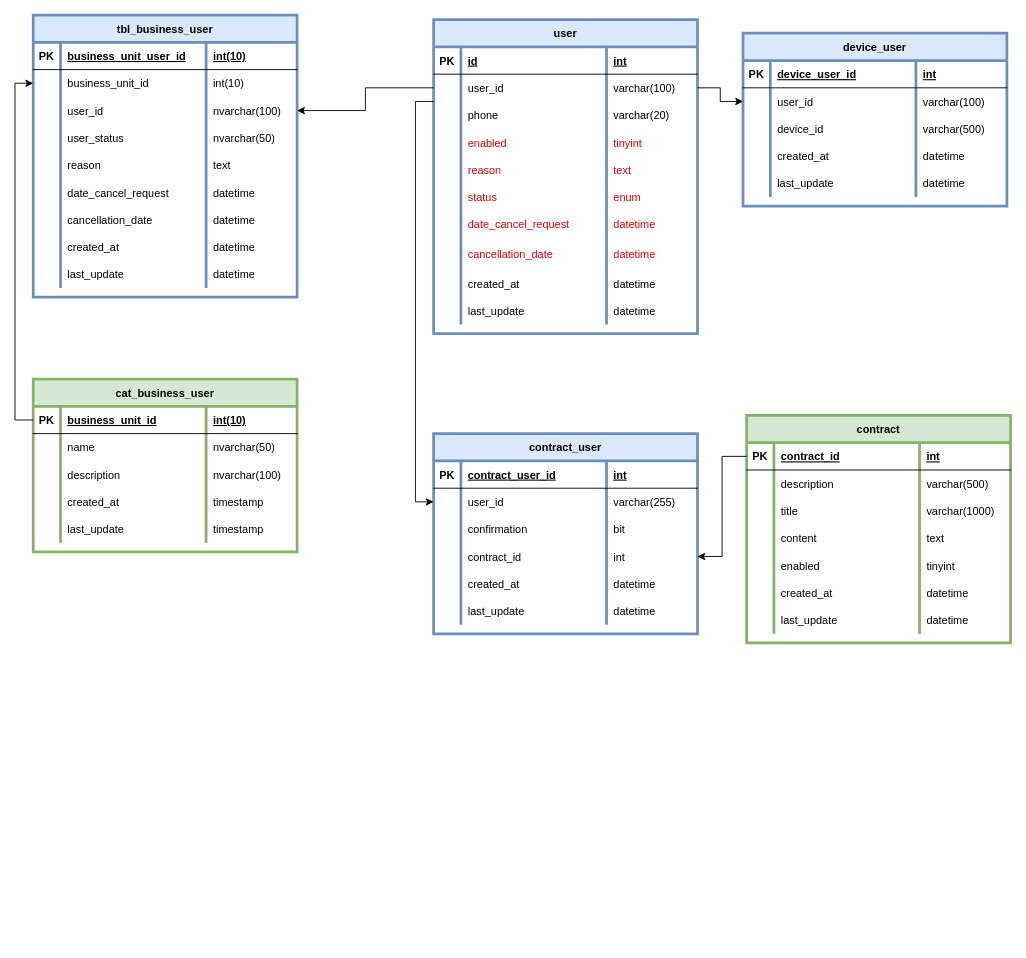
This is page "Users" (1 of 4) of Data base/E-R Dev.drawio from marcoluisdf/documentacion, a draw.io file, before an edit. Source tidied: cells renumbered, new cells numbered last; positions are measured from the earlier drawing's top-left corner, leaving out a move shared by most shapes. Both pictures are drawn from the tidied source at 91%, with x=0, y=0 at pixel (33, 15).
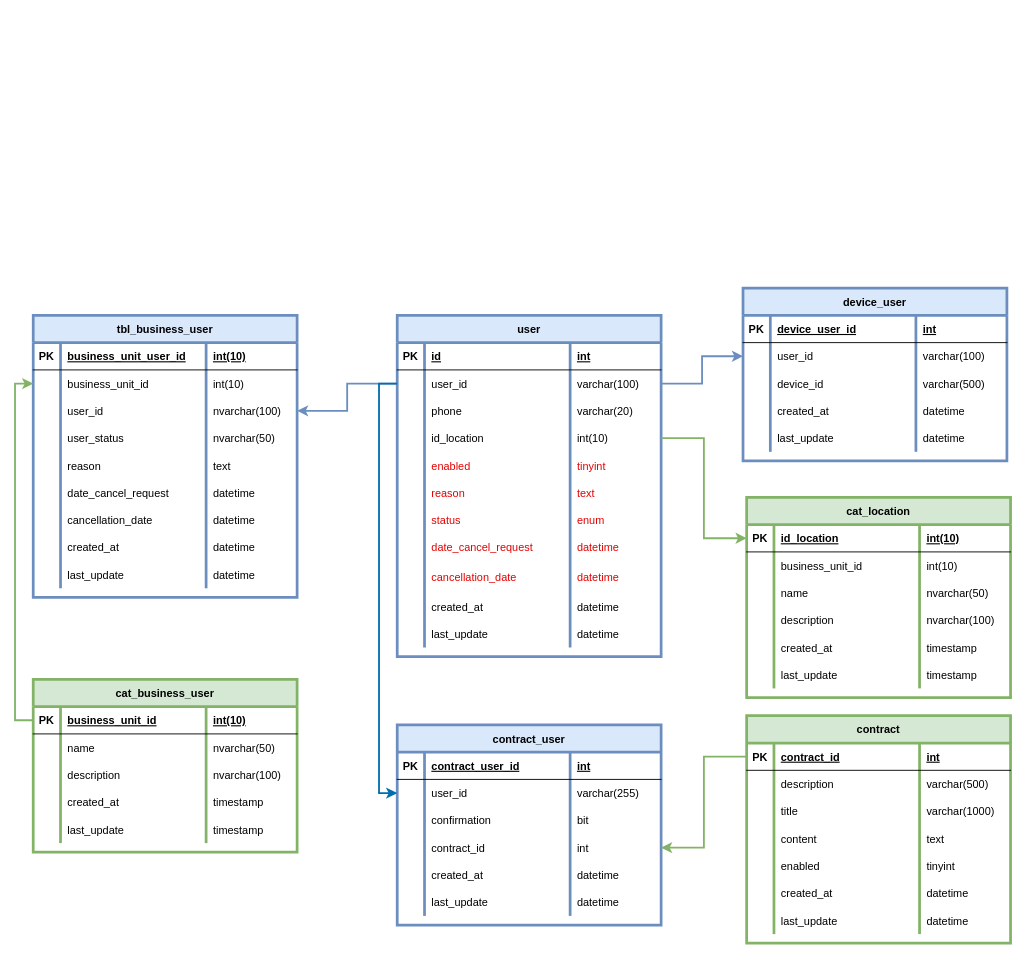
The same page after the edit.

Commit message:
Add cat_location

The change refers to these unchanged cells:
```xml
<mxCell id="7" style="shape=partialRectangle;fillColor=none;points=[[0,0.5],[1,0.5]];portConstraint=eastwest;top=0;left=0;right=0;bottom=0;" parent="2" vertex="1">
  <mxGeometry y="60" width="290" height="30" as="geometry" />
</mxCell>
<mxCell id="44" style="shape=partialRectangle;fillColor=none;points=[[0,0.5],[1,0.5]];portConstraint=eastwest;top=0;left=0;right=0;bottom=1;" parent="43" vertex="1">
  <mxGeometry y="30" width="290" height="30" as="geometry" />
</mxCell>
<mxCell id="77" style="shape=partialRectangle;fillColor=none;points=[[0,0.5],[1,0.5]];portConstraint=eastwest;top=0;left=0;right=0;bottom=0;" parent="72" vertex="1">
  <mxGeometry y="60" width="290" height="30" as="geometry" />
</mxCell>
<mxCell id="85" style="shape=partialRectangle;fillColor=none;points=[[0,0.5],[1,0.5]];portConstraint=eastwest;top=0;left=0;right=0;bottom=0;" parent="72" vertex="1">
  <mxGeometry y="120" width="290" height="30" as="geometry" />
</mxCell>
<mxCell id="102" style="shape=partialRectangle;fillColor=none;points=[[0,0.5],[1,0.5]];portConstraint=eastwest;top=0;left=0;right=0;bottom=0;" parent="97" vertex="1">
  <mxGeometry y="60" width="290" height="30" as="geometry" />
</mxCell>
<mxCell id="126" style="shape=partialRectangle;fillColor=none;points=[[0,0.5],[1,0.5]];portConstraint=eastwest;top=0;left=0;right=0;bottom=0;" parent="121" vertex="1">
  <mxGeometry y="60" width="290" height="30" as="geometry" />
</mxCell>
<mxCell id="130" style="shape=partialRectangle;fillColor=none;points=[[0,0.5],[1,0.5]];portConstraint=eastwest;top=0;left=0;right=0;bottom=0;" parent="121" vertex="1">
  <mxGeometry y="90" width="290" height="30" as="geometry" />
</mxCell>
<mxCell id="159" style="shape=partialRectangle;fillColor=none;points=[[0,0.5],[1,0.5]];portConstraint=eastwest;top=0;left=0;right=0;bottom=1;" parent="158" vertex="1">
  <mxGeometry y="30" width="290" height="30" as="geometry" />
</mxCell>
```

Diff of the diagram source:
```diff
@@
     <mxCell id="2" value="user" style="shape=table;startSize=30;childLayout=tableLayout;rowLines=0;fontStyle=1;align=center;fillColor=#dae8fc;strokeColor=#6c8ebf;strokeWidth=3;" parent="1" vertex="1">
-      <mxGeometry x="440" y="5" width="290" height="345" as="geometry" />
+      <mxGeometry x="400" y="330" width="290" height="375" as="geometry" />
     </mxCell>
@@
+    <mxCell id="181" style="shape=partialRectangle;fillColor=none;points=[[0,0.5],[1,0.5]];portConstraint=eastwest;top=0;left=0;right=0;bottom=0;" parent="2" vertex="1">
+      <mxGeometry y="120" width="290" height="30" as="geometry" />
+    </mxCell>
+    <mxCell id="182" style="shape=partialRectangle;overflow=hidden;fillColor=none;top=0;left=0;bottom=0;right=0;" parent="181" vertex="1">
+      <mxGeometry width="30" height="30" as="geometry" />
+    </mxCell>
+    <mxCell id="183" value="id_location" style="shape=partialRectangle;overflow=hidden;fillColor=none;top=0;left=0;bottom=0;right=0;align=left;spacingLeft=6;" parent="181" vertex="1">
+      <mxGeometry x="30" width="160" height="30" as="geometry" />
+    </mxCell>
+    <mxCell id="184" value="int(10)" style="shape=partialRectangle;overflow=hidden;fillColor=none;top=0;left=0;bottom=0;right=0;align=left;spacingLeft=6;" parent="181" vertex="1">
+      <mxGeometry x="190" width="100" height="30" as="geometry" />
+    </mxCell>
     <mxCell id="15" style="shape=partialRectangle;fillColor=none;top=0;left=0;right=0;bottom=0;" parent="2" vertex="1">
-      <mxGeometry y="120" width="290" height="30" as="geometry" />
+      <mxGeometry y="150" width="290" height="30" as="geometry" />
     </mxCell>
@@
     <mxCell id="19" style="shape=partialRectangle;fillColor=none;top=0;left=0;right=0;bottom=0;" parent="2" vertex="1">
-      <mxGeometry y="150" width="290" height="30" as="geometry" />
+      <mxGeometry y="180" width="290" height="30" as="geometry" />
     </mxCell>
@@
     <mxCell id="23" style="shape=partialRectangle;fillColor=none;top=0;left=0;right=0;bottom=0;" parent="2" vertex="1">
-      <mxGeometry y="180" width="290" height="30" as="geometry" />
+      <mxGeometry y="210" width="290" height="30" as="geometry" />
     </mxCell>
@@
     <mxCell id="27" style="shape=partialRectangle;fillColor=none;top=0;left=0;right=0;bottom=0;" parent="2" vertex="1">
-      <mxGeometry y="210" width="290" height="30" as="geometry" />
+      <mxGeometry y="240" width="290" height="30" as="geometry" />
     </mxCell>
@@
     <mxCell id="31" style="shape=partialRectangle;fillColor=none;top=0;left=0;right=0;bottom=0;" parent="2" vertex="1">
-      <mxGeometry y="240" width="290" height="35" as="geometry" />
+      <mxGeometry y="270" width="290" height="35" as="geometry" />
     </mxCell>
@@
     <mxCell id="35" style="shape=partialRectangle;fillColor=none;top=0;left=0;right=0;bottom=0;" parent="2" vertex="1">
-      <mxGeometry y="275" width="290" height="30" as="geometry" />
+      <mxGeometry y="305" width="290" height="30" as="geometry" />
     </mxCell>
@@
     <mxCell id="39" style="shape=partialRectangle;fillColor=none;top=0;left=0;right=0;bottom=0;" parent="2" vertex="1">
-      <mxGeometry y="305" width="290" height="30" as="geometry" />
+      <mxGeometry y="335" width="290" height="30" as="geometry" />
     </mxCell>
@@
     <mxCell id="43" value="contract" style="shape=table;startSize=30;childLayout=tableLayout;rowLines=0;fontStyle=1;align=center;strokeColor=#82b366;fillColor=#d5e8d4;strokeWidth=3;" parent="1" vertex="1">
-      <mxGeometry x="784" y="440" width="290" height="250" as="geometry" />
+      <mxGeometry x="784" y="770" width="290" height="250" as="geometry" />
     </mxCell>
@@
     <mxCell id="72" value="contract_user" style="shape=table;startSize=30;childLayout=tableLayout;rowLines=0;fontStyle=1;align=center;strokeColor=#6c8ebf;fillColor=#dae8fc;strokeWidth=3;" parent="1" vertex="1">
-      <mxGeometry x="440" y="460" width="290" height="220" as="geometry" />
+      <mxGeometry x="400" y="780" width="290" height="220" as="geometry" />
     </mxCell>
@@
     <mxCell id="97" value="device_user" style="shape=table;startSize=30;childLayout=tableLayout;rowLines=0;fontStyle=1;align=center;strokeColor=#6c8ebf;fillColor=#dae8fc;strokeWidth=3;" parent="1" vertex="1">
-      <mxGeometry x="780" y="20" width="290" height="190" as="geometry" />
+      <mxGeometry x="780" y="300" width="290" height="190" as="geometry" />
     </mxCell>
@@
-    <mxCell id="118" style="edgeStyle=orthogonalEdgeStyle;rounded=0;jettySize=auto;html=1;exitX=1;exitY=0.5;exitDx=0;exitDy=0;" parent="1" edge="1" source="7" target="102">
+    <mxCell id="118" style="edgeStyle=orthogonalEdgeStyle;rounded=0;jettySize=auto;html=1;exitX=1;exitY=0.5;exitDx=0;exitDy=0;strokeWidth=2;fillColor=#dae8fc;strokeColor=#6c8ebf;" parent="1" edge="1" source="7" target="102">
       <mxGeometry relative="1" as="geometry" />
     </mxCell>
-    <mxCell id="119" style="edgeStyle=orthogonalEdgeStyle;rounded=0;jettySize=auto;html=1;entryX=0;entryY=0.5;entryDx=0;entryDy=0;" parent="1" edge="1" source="7" target="77">
-      <mxGeometry relative="1" as="geometry">
-        <Array as="points">
-          <mxPoint x="420" y="95" />
-          <mxPoint x="420" y="535" />
-        </Array>
-      </mxGeometry>
-    </mxCell>
-    <mxCell id="120" style="edgeStyle=orthogonalEdgeStyle;rounded=0;jettySize=auto;html=1;" parent="1" edge="1" source="44" target="85">
+    <mxCell id="120" style="edgeStyle=orthogonalEdgeStyle;rounded=0;jettySize=auto;html=1;strokeWidth=2;fillColor=#d5e8d4;strokeColor=#82b366;" parent="1" edge="1" source="44" target="85">
       <mxGeometry relative="1" as="geometry" />
     </mxCell>
     <mxCell id="121" value="tbl_business_user" style="shape=table;startSize=30;childLayout=tableLayout;rowLines=0;fontStyle=1;align=center;fillColor=#dae8fc;strokeColor=#6c8ebf;strokeWidth=3;" parent="1" vertex="1">
-      <mxGeometry width="290" height="310" as="geometry" />
+      <mxGeometry y="330" width="290" height="310" as="geometry" />
     </mxCell>
@@
     <mxCell id="158" value="cat_business_user" style="shape=table;startSize=30;childLayout=tableLayout;rowLines=0;fontStyle=1;align=center;fillColor=#d5e8d4;strokeColor=#82b366;strokeWidth=3;" parent="1" vertex="1">
-      <mxGeometry y="400" width="290" height="190" as="geometry" />
+      <mxGeometry y="730" width="290" height="190" as="geometry" />
     </mxCell>
@@
-    <mxCell id="179" style="edgeStyle=orthogonalEdgeStyle;rounded=0;jettySize=auto;html=1;entryX=0;entryY=0.5;entryDx=0;entryDy=0;" parent="1" edge="1" source="159" target="126">
+    <mxCell id="179" style="edgeStyle=orthogonalEdgeStyle;rounded=0;jettySize=auto;html=1;entryX=0;entryY=0.5;entryDx=0;entryDy=0;strokeWidth=2;fillColor=#d5e8d4;strokeColor=#82b366;" parent="1" edge="1" source="159" target="126">
       <mxGeometry relative="1" as="geometry" />
     </mxCell>
-    <mxCell id="180" style="edgeStyle=orthogonalEdgeStyle;rounded=0;jettySize=auto;html=1;entryX=1;entryY=0.5;entryDx=0;entryDy=0;" parent="1" edge="1" source="7" target="130">
+    <mxCell id="180" style="edgeStyle=orthogonalEdgeStyle;rounded=0;jettySize=auto;html=1;entryX=1;entryY=0.5;entryDx=0;entryDy=0;strokeWidth=2;fillColor=#dae8fc;strokeColor=#6c8ebf;" parent="1" edge="1" source="7" target="130">
       <mxGeometry relative="1" as="geometry" />
     </mxCell>
+    <mxCell id="185" value="cat_location" style="shape=table;startSize=30;childLayout=tableLayout;rowLines=0;fontStyle=1;align=center;fillColor=#d5e8d4;strokeColor=#82b366;strokeWidth=3;" parent="1" vertex="1">
+      <mxGeometry x="784" y="530" width="290" height="220" as="geometry" />
+    </mxCell>
+    <mxCell id="186" style="shape=partialRectangle;fillColor=none;points=[[0,0.5],[1,0.5]];portConstraint=eastwest;top=0;left=0;right=0;bottom=1;" parent="185" vertex="1">
+      <mxGeometry y="30" width="290" height="30" as="geometry" />
+    </mxCell>
+    <mxCell id="187" value="PK" style="shape=partialRectangle;overflow=hidden;fillColor=none;top=0;left=0;bottom=0;right=0;fontStyle=1;" parent="186" vertex="1">
+      <mxGeometry width="30" height="30" as="geometry" />
+    </mxCell>
+    <mxCell id="188" value="id_location" style="shape=partialRectangle;overflow=hidden;fillColor=none;top=0;left=0;bottom=0;right=0;align=left;spacingLeft=6;fontStyle=5;" parent="186" vertex="1">
+      <mxGeometry x="30" width="160" height="30" as="geometry" />
+    </mxCell>
+    <mxCell id="189" value="int(10)" style="shape=partialRectangle;overflow=hidden;fillColor=none;top=0;left=0;bottom=0;right=0;align=left;spacingLeft=6;fontStyle=5;" parent="186" vertex="1">
+      <mxGeometry x="190" width="100" height="30" as="geometry" />
+    </mxCell>
+    <mxCell id="190" style="shape=partialRectangle;fillColor=none;top=0;left=0;right=0;bottom=0;" parent="185" vertex="1">
+      <mxGeometry y="60" width="290" height="30" as="geometry" />
+    </mxCell>
+    <mxCell id="191" style="shape=partialRectangle;overflow=hidden;fillColor=none;top=0;left=0;bottom=0;right=0;" parent="190" vertex="1">
+      <mxGeometry width="30" height="30" as="geometry" />
+    </mxCell>
+    <mxCell id="192" value="business_unit_id" style="shape=partialRectangle;overflow=hidden;fillColor=none;top=0;left=0;bottom=0;right=0;align=left;spacingLeft=6;" parent="190" vertex="1">
+      <mxGeometry x="30" width="160" height="30" as="geometry" />
+    </mxCell>
+    <mxCell id="193" value="int(10)" style="shape=partialRectangle;overflow=hidden;fillColor=none;top=0;left=0;bottom=0;right=0;align=left;spacingLeft=6;" parent="190" vertex="1">
+      <mxGeometry x="190" width="100" height="30" as="geometry" />
+    </mxCell>
+    <mxCell id="194" style="shape=partialRectangle;fillColor=none;top=0;left=0;right=0;bottom=0;" parent="185" vertex="1">
+      <mxGeometry y="90" width="290" height="30" as="geometry" />
+    </mxCell>
+    <mxCell id="195" style="shape=partialRectangle;overflow=hidden;fillColor=none;top=0;left=0;bottom=0;right=0;" parent="194" vertex="1">
+      <mxGeometry width="30" height="30" as="geometry" />
+    </mxCell>
+    <mxCell id="196" value="name" style="shape=partialRectangle;overflow=hidden;fillColor=none;top=0;left=0;bottom=0;right=0;align=left;spacingLeft=6;" parent="194" vertex="1">
+      <mxGeometry x="30" width="160" height="30" as="geometry" />
+    </mxCell>
+    <mxCell id="197" value="nvarchar(50)" style="shape=partialRectangle;overflow=hidden;fillColor=none;top=0;left=0;bottom=0;right=0;align=left;spacingLeft=6;" parent="194" vertex="1">
+      <mxGeometry x="190" width="100" height="30" as="geometry" />
+    </mxCell>
+    <mxCell id="198" style="shape=partialRectangle;fillColor=none;top=0;left=0;right=0;bottom=0;" parent="185" vertex="1">
+      <mxGeometry y="120" width="290" height="30" as="geometry" />
+    </mxCell>
+    <mxCell id="199" style="shape=partialRectangle;overflow=hidden;fillColor=none;top=0;left=0;bottom=0;right=0;" parent="198" vertex="1">
+      <mxGeometry width="30" height="30" as="geometry" />
+    </mxCell>
+    <mxCell id="200" value="description" style="shape=partialRectangle;overflow=hidden;fillColor=none;top=0;left=0;bottom=0;right=0;align=left;spacingLeft=6;" parent="198" vertex="1">
+      <mxGeometry x="30" width="160" height="30" as="geometry" />
+    </mxCell>
+    <mxCell id="201" value="nvarchar(100)" style="shape=partialRectangle;overflow=hidden;fillColor=none;top=0;left=0;bottom=0;right=0;align=left;spacingLeft=6;" parent="198" vertex="1">
+      <mxGeometry x="190" width="100" height="30" as="geometry" />
+    </mxCell>
+    <mxCell id="202" style="shape=partialRectangle;fillColor=none;top=0;left=0;right=0;bottom=0;" parent="185" vertex="1">
+      <mxGeometry y="150" width="290" height="30" as="geometry" />
+    </mxCell>
+    <mxCell id="203" style="shape=partialRectangle;overflow=hidden;fillColor=none;top=0;left=0;bottom=0;right=0;" parent="202" vertex="1">
+      <mxGeometry width="30" height="30" as="geometry" />
+    </mxCell>
+    <mxCell id="204" value="created_at" style="shape=partialRectangle;overflow=hidden;fillColor=none;top=0;left=0;bottom=0;right=0;align=left;spacingLeft=6;" parent="202" vertex="1">
+      <mxGeometry x="30" width="160" height="30" as="geometry" />
+    </mxCell>
+    <mxCell id="205" value="timestamp" style="shape=partialRectangle;overflow=hidden;fillColor=none;top=0;left=0;bottom=0;right=0;align=left;spacingLeft=6;" parent="202" vertex="1">
+      <mxGeometry x="190" width="100" height="30" as="geometry" />
+    </mxCell>
+    <mxCell id="206" style="shape=partialRectangle;fillColor=none;top=0;left=0;right=0;bottom=0;" parent="185" vertex="1">
+      <mxGeometry y="180" width="290" height="30" as="geometry" />
+    </mxCell>
+    <mxCell id="207" style="shape=partialRectangle;overflow=hidden;fillColor=none;top=0;left=0;bottom=0;right=0;" parent="206" vertex="1">
+      <mxGeometry width="30" height="30" as="geometry" />
+    </mxCell>
+    <mxCell id="208" value="last_update" style="shape=partialRectangle;overflow=hidden;fillColor=none;top=0;left=0;bottom=0;right=0;align=left;spacingLeft=6;" parent="206" vertex="1">
+      <mxGeometry x="30" width="160" height="30" as="geometry" />
+    </mxCell>
+    <mxCell id="209" value="timestamp" style="shape=partialRectangle;overflow=hidden;fillColor=none;top=0;left=0;bottom=0;right=0;align=left;spacingLeft=6;" parent="206" vertex="1">
+      <mxGeometry x="190" width="100" height="30" as="geometry" />
+    </mxCell>
+    <mxCell id="210" style="edgeStyle=orthogonalEdgeStyle;rounded=0;jettySize=auto;html=1;entryX=0;entryY=0.5;entryDx=0;entryDy=0;strokeWidth=2;fillColor=#d5e8d4;strokeColor=#82b366;" parent="1" edge="1" source="181" target="186">
+      <mxGeometry relative="1" as="geometry" />
+    </mxCell>
+    <mxCell id="119" style="edgeStyle=orthogonalEdgeStyle;rounded=0;jettySize=auto;html=1;exitX=0;exitY=0.5;exitDx=0;exitDy=0;entryX=0;entryY=0.5;entryDx=0;entryDy=0;fillColor=#1ba1e2;strokeColor=#006EAF;strokeWidth=2;" parent="1" edge="1" source="7" target="77">
+      <mxGeometry relative="1" as="geometry" />
+    </mxCell>
```
